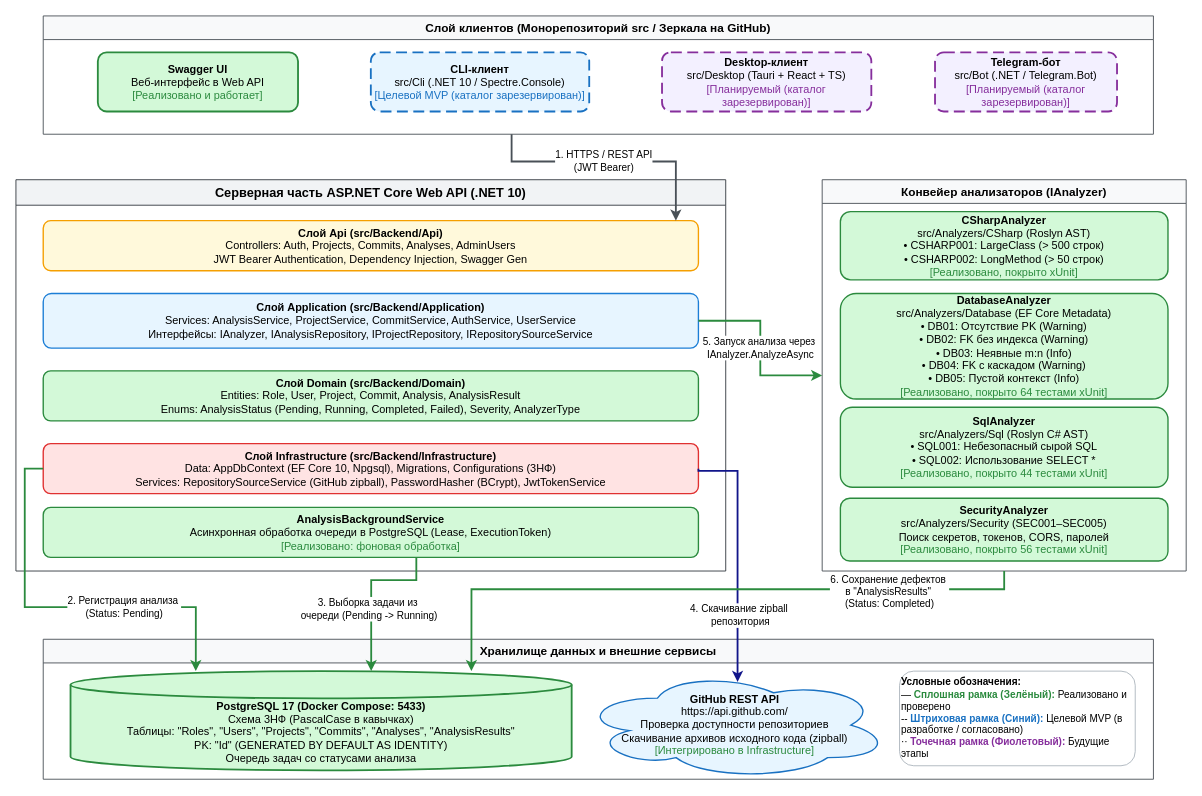
Above: docs/Архитектура проекта.drawio in Vol4ok-69/CourseProject (draw.io), before the change. Source tidied: cells renumbered, new cells numbered last; positions are measured from the earlier drawing's top-left corner, leaving out a move shared by most shapes. Both pictures are drawn from the tidied source at 91%, with x=0, y=0 at pixel (15, 15).
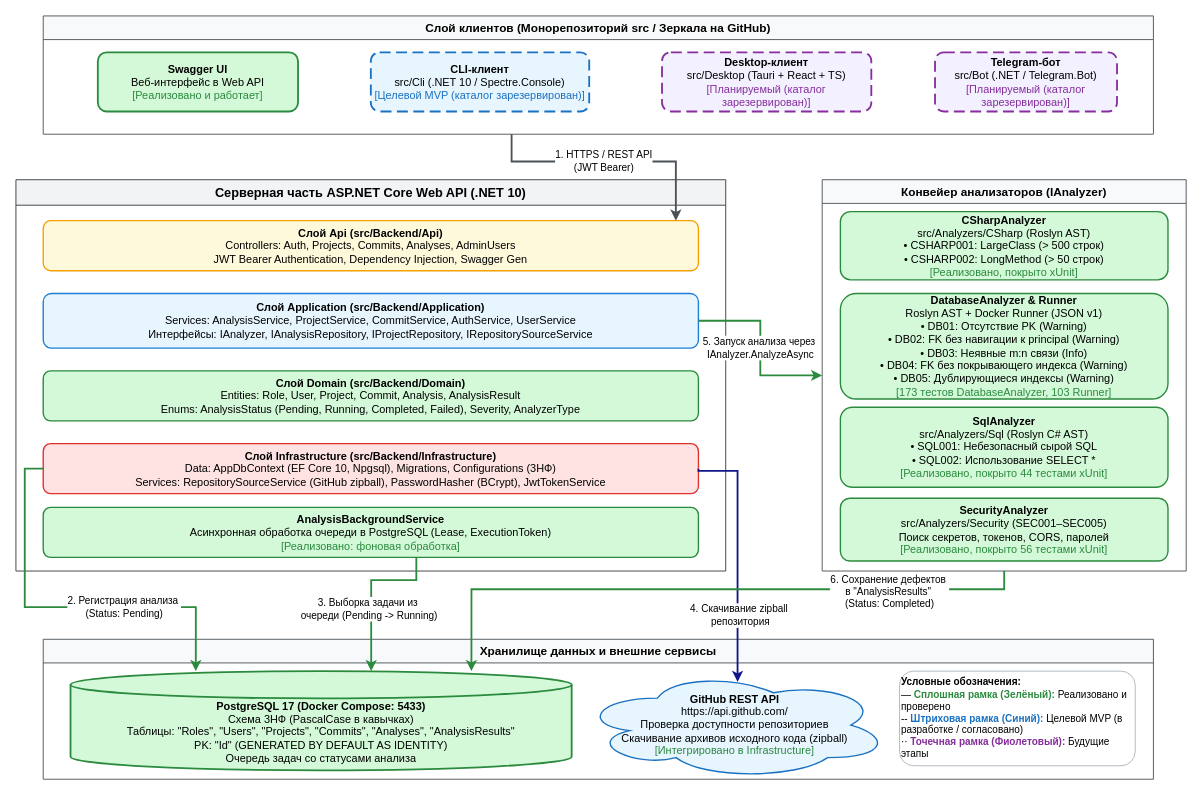
The same diagram, later.

The change refers to these unchanged cells:
```xml
<mxCell id="13" value="Конвейер анализаторов (IAnalyzer)" style="swimlane;whiteSpace=wrap;html=1;fillColor=#f8f9fa;strokeColor=#495057;fontStyle=1;fontSize=13;startSize=26;" parent="1" vertex="1">
  <mxGeometry x="886" y="180" width="400" height="430" as="geometry" />
</mxCell>
```

Change to the diagram source:
```diff
@@
-    <mxCell id="15" value="&lt;b&gt;DatabaseAnalyzer&lt;/b&gt;&lt;br&gt;src/Analyzers/Database (EF Core Metadata)&lt;br&gt;• DB01: Отсутствие PK (Warning)&lt;br&gt;• DB02: FK без индекса (Warning)&lt;br&gt;• DB03: Неявные m:n (Info)&lt;br&gt;• DB04: FK с каскадом (Warning)&lt;br&gt;• DB05: Пустой контекст (Info)&lt;br&gt;&lt;font color=&quot;#2b8a3e&quot;&gt;[Реализовано, покрыто 64 тестами xUnit]&lt;/font&gt;" style="rounded=1;whiteSpace=wrap;html=1;fillColor=#d3f9d8;strokeColor=#2b8a3e;strokeWidth=1.5;" parent="13" vertex="1">
+    <mxCell id="15" value="&lt;b&gt;DatabaseAnalyzer &amp;amp; Runner&lt;/b&gt;&lt;br&gt;Roslyn AST + Docker Runner (JSON v1)&lt;br&gt;• DB01: Отсутствие PK (Warning)&lt;br&gt;• DB02: FK без навигации к principal (Warning)&lt;br&gt;• DB03: Неявные m:n связи (Info)&lt;br&gt;• DB04: FK без покрывающего индекса (Warning)&lt;br&gt;• DB05: Дублирующиеся индексы (Warning)&lt;br&gt;&lt;font color=&quot;#2b8a3e&quot;&gt;[173 тестов DatabaseAnalyzer, 103 Runner]&lt;/font&gt;" style="rounded=1;whiteSpace=wrap;html=1;fillColor=#d3f9d8;strokeColor=#2b8a3e;strokeWidth=1.5;" parent="13" vertex="1">
       <mxGeometry x="20" y="125" width="360" height="116" as="geometry" />
     </mxCell>
```
